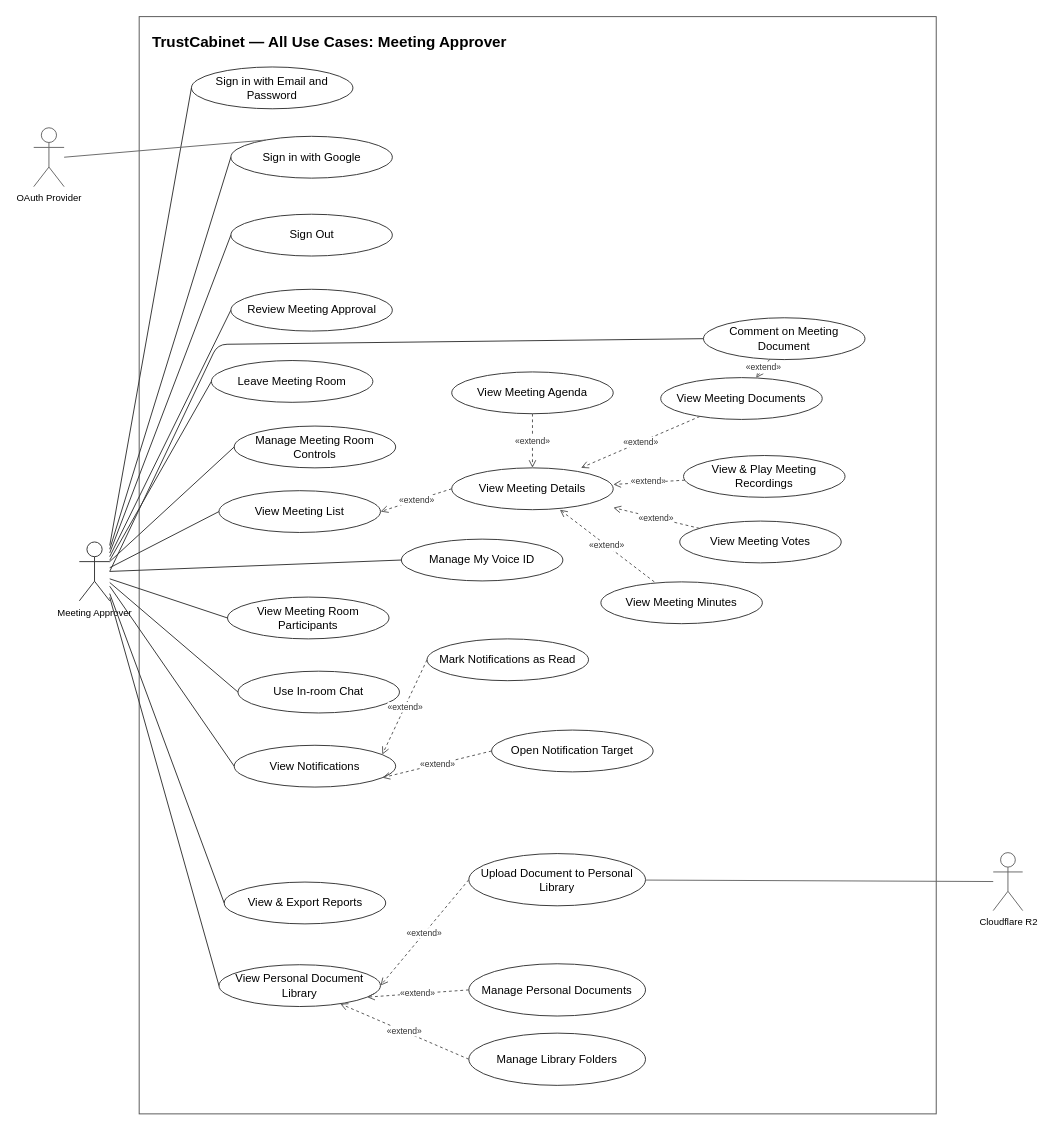
Earlier version of the draw.io diagram page "Approver" (3 of 7) of docs/14-uc-diagram/trustcabinet-use-cases.drawio (callmehai/FU-FA26-G116). Source tidied: cells renumbered, new cells numbered last; positions are measured from the earlier drawing's top-left corner, leaving out a move shared by most shapes. Both pictures are drawn from the tidied source at 95%, with x=0, y=0 at pixel (33, 16).
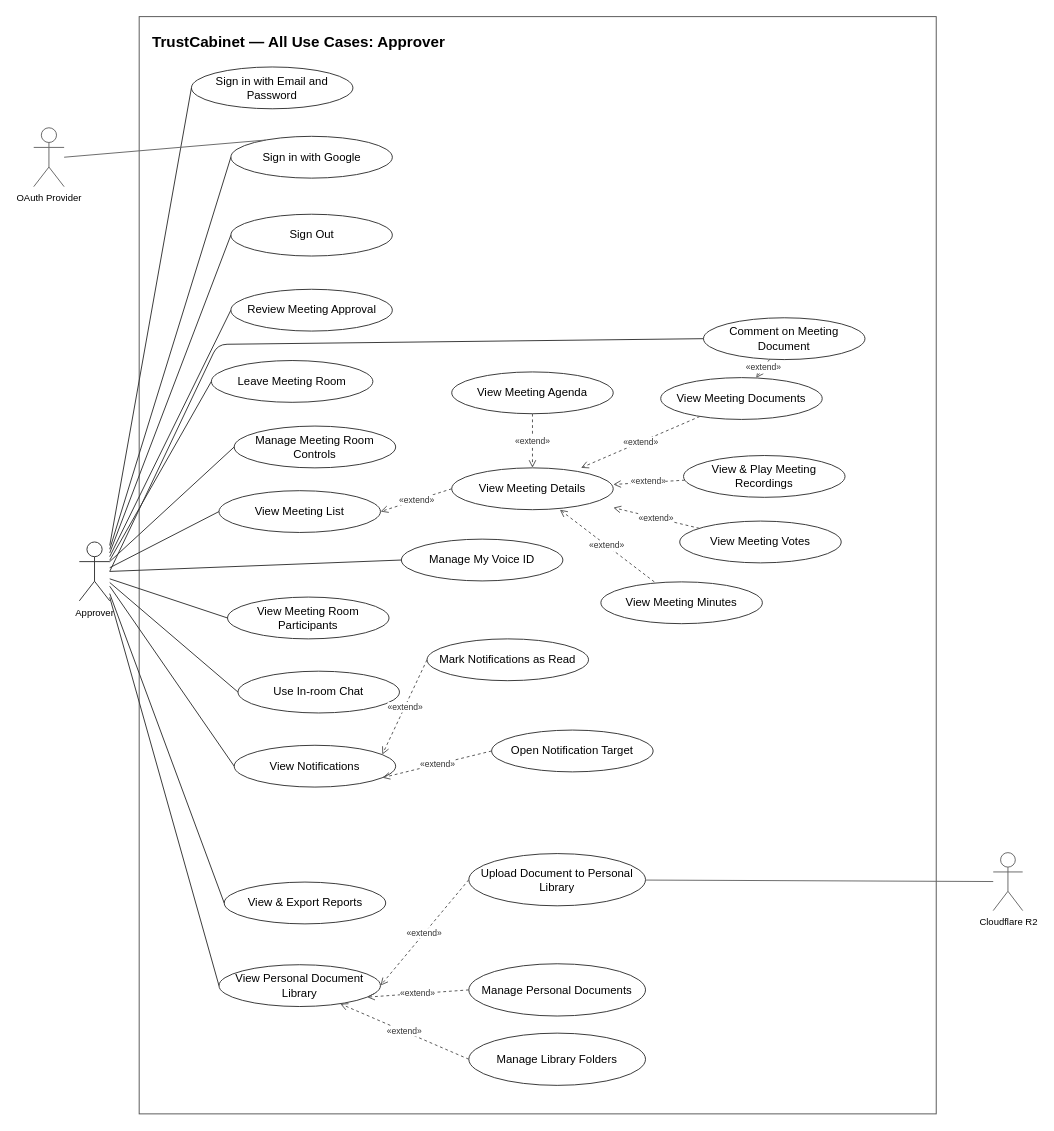
The same diagram, later.

Diff of the diagram source:
```diff
@@
-    <mxCell id="2" value="TrustCabinet — All Use Cases: Meeting Approver" style="rounded=0;whiteSpace=wrap;html=1;align=left;verticalAlign=top;spacingTop=10;spacingLeft=12;fontStyle=1;fontSize=16;strokeColor=#555555;fillColor=none;" parent="1" vertex="1">
+    <mxCell id="2" value="TrustCabinet — All Use Cases: Approver" style="rounded=0;whiteSpace=wrap;html=1;align=left;verticalAlign=top;spacingTop=10;spacingLeft=12;fontStyle=1;fontSize=16;strokeColor=#555555;fillColor=none;" parent="1" vertex="1">
       <mxGeometry x="111" width="839" height="1155" as="geometry" />
     </mxCell>
@@
-    <mxCell id="26" value="Meeting Approver" style="shape=umlActor;verticalLabelPosition=bottom;verticalAlign=top;html=1;outlineConnect=0;fillColor=#ffffff;strokeColor=#333333;fontSize=10;" parent="1" vertex="1">
+    <mxCell id="26" value="Approver" style="shape=umlActor;verticalLabelPosition=bottom;verticalAlign=top;html=1;outlineConnect=0;fillColor=#ffffff;strokeColor=#333333;fontSize=10;" parent="1" vertex="1">
       <mxGeometry x="48" y="553" width="32" height="62" as="geometry" />
     </mxCell>
```
